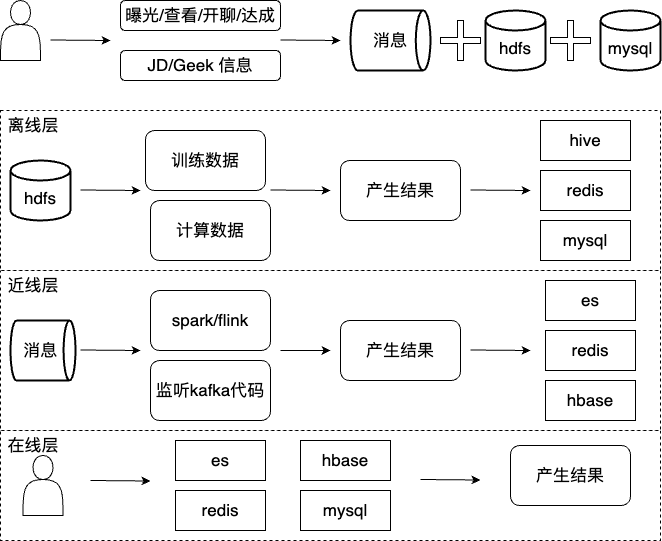
Above: 数据处理之业界分析与方案选择.png in liujunao/draw-data (draw.io), before the change. Source tidied: cells renumbered, new cells last; positions are measured from the earlier drawing's top-left corner, leaving out a move shared by most shapes.
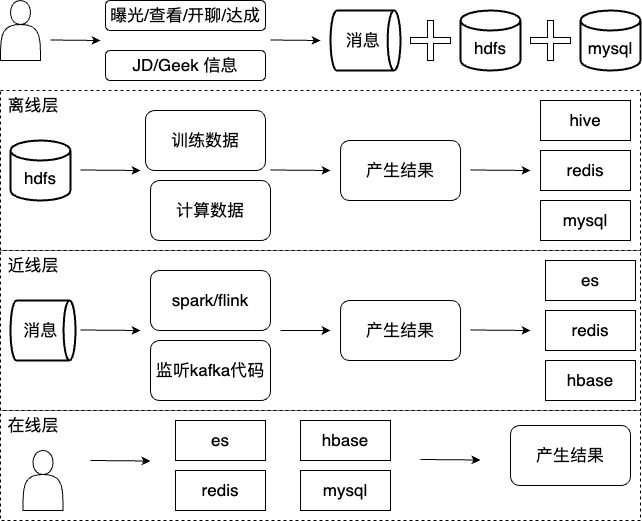
Later version of the same file.

Commit message:
更新数据处理之业界分析与方案选择.png

The edit, as a diff of the source:
```diff
@@ -3,49 +3,49 @@
     <mxCell id="0" />
     <mxCell id="1" parent="0" />
     <mxCell id="2" style="rounded=0;whiteSpace=wrap;html=1;dashed=1;" parent="1" vertex="1">
-      <mxGeometry y="430" width="660" height="110" as="geometry" />
+      <mxGeometry y="430" width="640" height="110" as="geometry" />
     </mxCell>
     <mxCell id="3" style="rounded=0;whiteSpace=wrap;html=1;dashed=1;" parent="1" vertex="1">
-      <mxGeometry y="270" width="660" height="160" as="geometry" />
+      <mxGeometry y="270" width="640" height="160" as="geometry" />
     </mxCell>
     <mxCell id="4" style="rounded=0;whiteSpace=wrap;html=1;dashed=1;" parent="1" vertex="1">
-      <mxGeometry y="110" width="660" height="160" as="geometry" />
+      <mxGeometry y="110" width="640" height="160" as="geometry" />
     </mxCell>
     <mxCell id="5" style="shape=actor;whiteSpace=wrap;html=1;" parent="1" vertex="1">
-      <mxGeometry width="40" height="60" as="geometry" />
+      <mxGeometry y="20" width="40" height="60" as="geometry" />
     </mxCell>
     <mxCell id="6" value="&lt;font size=&quot;3&quot;&gt;曝光/查看/开聊/达成&lt;/font&gt;" style="rounded=1;whiteSpace=wrap;html=1;" parent="1" vertex="1">
-      <mxGeometry x="120" width="160" height="30" as="geometry" />
+      <mxGeometry x="105" y="20" width="160" height="30" as="geometry" />
     </mxCell>
     <mxCell id="7" value="&lt;font size=&quot;3&quot;&gt;JD/Geek 信息&lt;/font&gt;" style="rounded=1;whiteSpace=wrap;html=1;" parent="1" vertex="1">
-      <mxGeometry x="120" y="50" width="160" height="30" as="geometry" />
+      <mxGeometry x="105" y="70" width="160" height="30" as="geometry" />
     </mxCell>
-    <mxCell id="8" value="&lt;span style=&quot;font-size: 17px;&quot;&gt;消息&lt;/span&gt;" style="strokeWidth=2;html=1;shape=mxgraph.flowchart.direct_data;whiteSpace=wrap;" parent="1" vertex="1">
-      <mxGeometry x="350" y="10" width="80" height="60" as="geometry" />
+    <mxCell id="8" value="&lt;span style=&quot;font-size: 17px;&quot;&gt;消息&amp;nbsp;&lt;/span&gt;" style="strokeWidth=2;html=1;shape=mxgraph.flowchart.direct_data;whiteSpace=wrap;" parent="1" vertex="1">
+      <mxGeometry x="330" y="30" width="70" height="60" as="geometry" />
     </mxCell>
     <mxCell id="9" value="&lt;br&gt;&lt;font size=&quot;3&quot;&gt;mysql&lt;/font&gt;" style="strokeWidth=2;html=1;shape=mxgraph.flowchart.database;whiteSpace=wrap;" parent="1" vertex="1">
-      <mxGeometry x="600" y="10" width="60" height="60" as="geometry" />
+      <mxGeometry x="580" y="30" width="60" height="60" as="geometry" />
     </mxCell>
     <mxCell id="10" value="&lt;br&gt;&lt;font size=&quot;3&quot;&gt;hdfs&lt;/font&gt;" style="strokeWidth=2;html=1;shape=mxgraph.flowchart.database;whiteSpace=wrap;" parent="1" vertex="1">
-      <mxGeometry x="485" y="10" width="60" height="60" as="geometry" />
+      <mxGeometry x="460" y="30" width="60" height="60" as="geometry" />
     </mxCell>
     <mxCell id="11" style="endArrow=classic;html=1;rounded=0;" parent="1" edge="1">
       <mxGeometry relative="1" as="geometry">
-        <mxPoint x="50" y="39.5" as="sourcePoint" />
-        <mxPoint x="110" y="40" as="targetPoint" />
+        <mxPoint x="50" y="59.5" as="sourcePoint" />
+        <mxPoint x="100" y="60" as="targetPoint" />
       </mxGeometry>
     </mxCell>
     <mxCell id="12" style="endArrow=classic;html=1;rounded=0;" parent="1" edge="1">
       <mxGeometry relative="1" as="geometry">
-        <mxPoint x="280" y="39.5" as="sourcePoint" />
-        <mxPoint x="340" y="40" as="targetPoint" />
+        <mxPoint x="270" y="59.5" as="sourcePoint" />
+        <mxPoint x="320" y="60" as="targetPoint" />
       </mxGeometry>
     </mxCell>
     <mxCell id="13" style="shape=cross;whiteSpace=wrap;html=1;size=0.15;" parent="1" vertex="1">
-      <mxGeometry x="440" y="20" width="40" height="40" as="geometry" />
+      <mxGeometry x="410" y="40" width="40" height="40" as="geometry" />
     </mxCell>
     <mxCell id="14" style="shape=cross;whiteSpace=wrap;html=1;size=0.15;" parent="1" vertex="1">
-      <mxGeometry x="550" y="20" width="40" height="40" as="geometry" />
+      <mxGeometry x="530" y="40" width="40" height="40" as="geometry" />
     </mxCell>
     <mxCell id="15" value="&lt;font size=&quot;3&quot;&gt;训练数据&lt;/font&gt;" style="rounded=1;whiteSpace=wrap;html=1;" parent="1" vertex="1">
       <mxGeometry x="145" y="130" width="120" height="60" as="geometry" />
@@ -126,7 +126,7 @@
       </mxGeometry>
     </mxCell>
     <mxCell id="35" style="shape=actor;whiteSpace=wrap;html=1;" parent="1" vertex="1">
-      <mxGeometry x="22.5" y="455" width="40" height="60" as="geometry" />
+      <mxGeometry x="22.5" y="470" width="40" height="60" as="geometry" />
     </mxCell>
     <mxCell id="36" value="&lt;font size=&quot;3&quot;&gt;es&lt;/font&gt;" style="rounded=0;whiteSpace=wrap;html=1;" parent="1" vertex="1">
       <mxGeometry x="175" y="440" width="90" height="40" as="geometry" />
```
